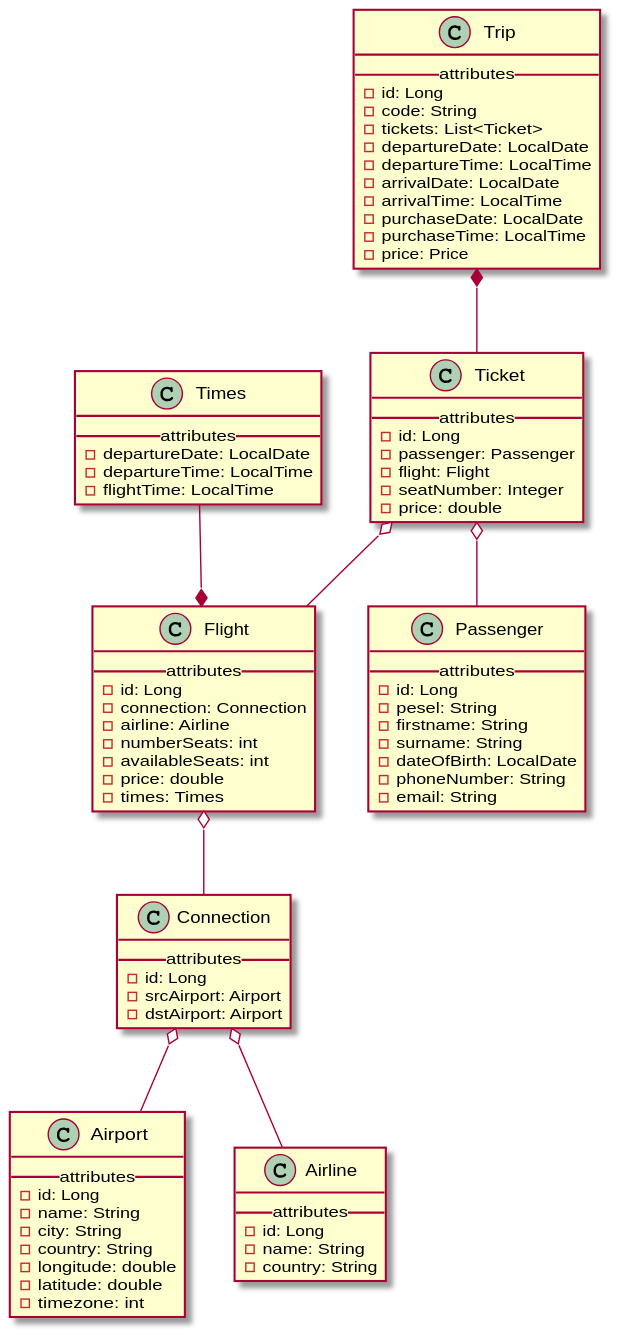
The PlantUML diagram diagrams/entities/entities.svg in wydra98/Flight-booking-backend, before a commit.
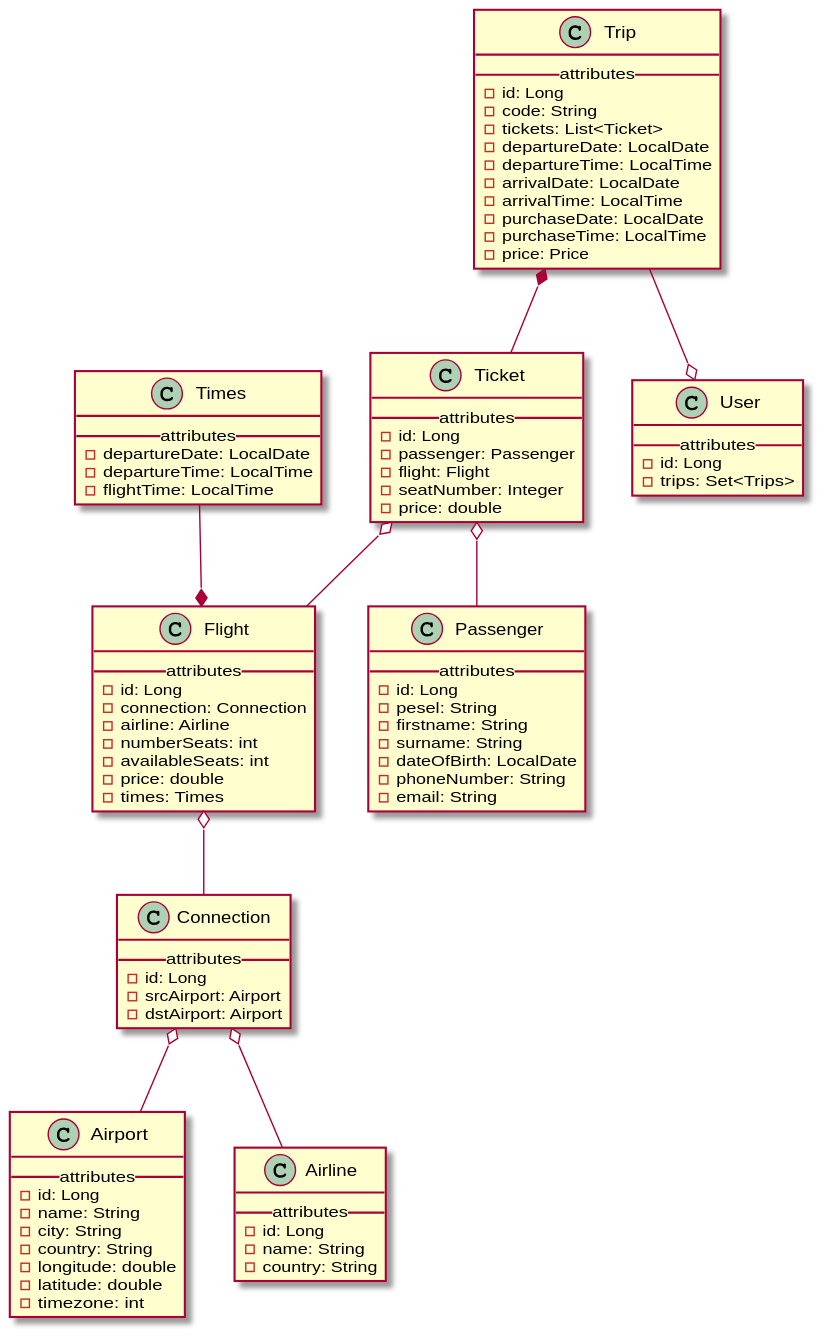
Later version of the same file.

What changed in the source:
```diff
@@ -76,6 +76,12 @@
   - price: Price
 }
 
+class User {
+  __ attributes __
+  - id: Long
+  - trips: Set<Trips>
+}
+
 Connection o-- Airline
 Connection o-- Airport
 Times --* Flight
@@ -83,4 +89,5 @@
 Ticket o-- Passenger
 Ticket o-- Flight
 Trip *-- Ticket
+Trip --o User
 @enduml
```
